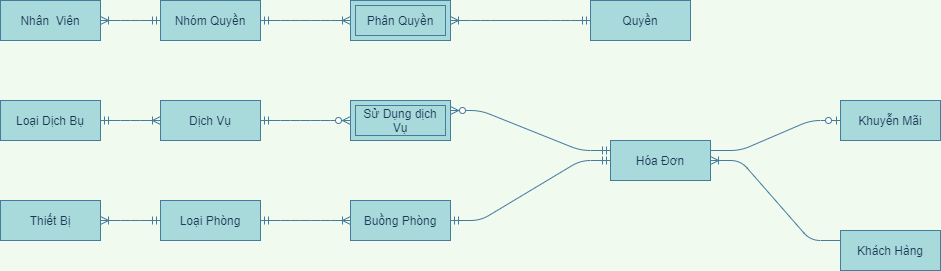
This is EntityRelationship-QLKS.png from maialino123/QLKS, a draw.io export, as it was before one commit. Source tidied: cells renumbered, new cells last; positions are measured from the earlier drawing's top-left corner, leaving out a move shared by most shapes.
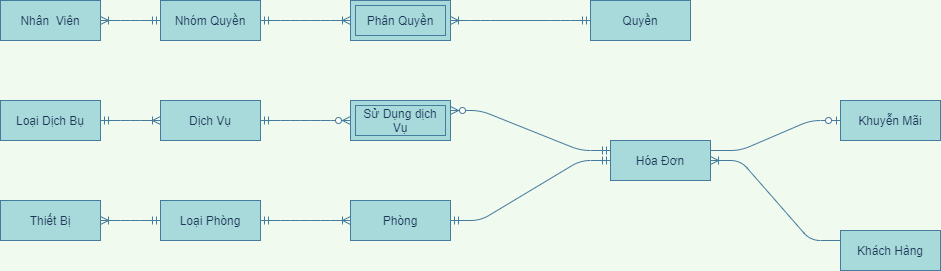
Later version of the same file.

What changed in the source:
```diff
@@ -62,7 +62,7 @@
     <mxCell id="21" value="Loại Phòng" style="whiteSpace=wrap;html=1;align=center;rounded=0;sketch=0;strokeColor=#457B9D;fillColor=#A8DADC;fontColor=#1D3557;" parent="1" vertex="1">
       <mxGeometry x="160" y="200" width="100" height="40" as="geometry" />
     </mxCell>
-    <mxCell id="22" value="Buồng Phòng" style="whiteSpace=wrap;html=1;align=center;rounded=0;sketch=0;strokeColor=#457B9D;fillColor=#A8DADC;fontColor=#1D3557;" parent="1" vertex="1">
+    <mxCell id="22" value="Phòng" style="whiteSpace=wrap;html=1;align=center;rounded=0;sketch=0;strokeColor=#457B9D;fillColor=#A8DADC;fontColor=#1D3557;" parent="1" vertex="1">
       <mxGeometry x="350" y="200" width="100" height="40" as="geometry" />
     </mxCell>
     <mxCell id="23" value="Khách Hàng" style="whiteSpace=wrap;html=1;align=center;rounded=0;sketch=0;strokeColor=#457B9D;fillColor=#A8DADC;fontColor=#1D3557;" parent="1" vertex="1">
```
